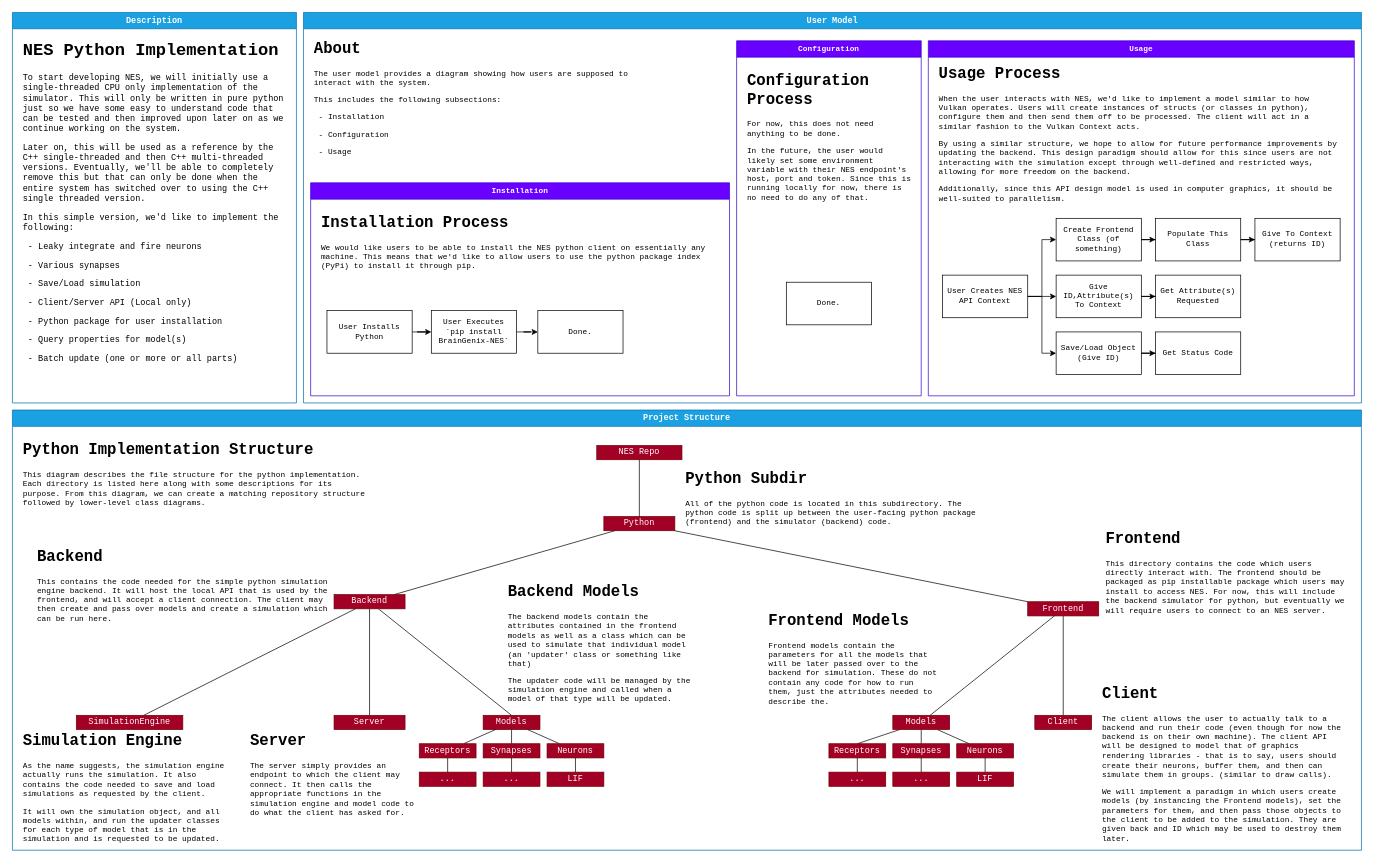
carboncopies/BrainGenix-NES keeps this draw.io diagram as page "Python Implementation" (1 of 5) of Docs/BlockDiagrams/BrainGenix-NES.drawio. Above is the earlier version. Source tidied: cells renumbered, new cells numbered last; positions are measured from the earlier drawing's top-left corner, leaving out a move shared by most shapes. Both pictures are drawn from the tidied source at 71%, with x=0, y=0 at pixel (12, 12).
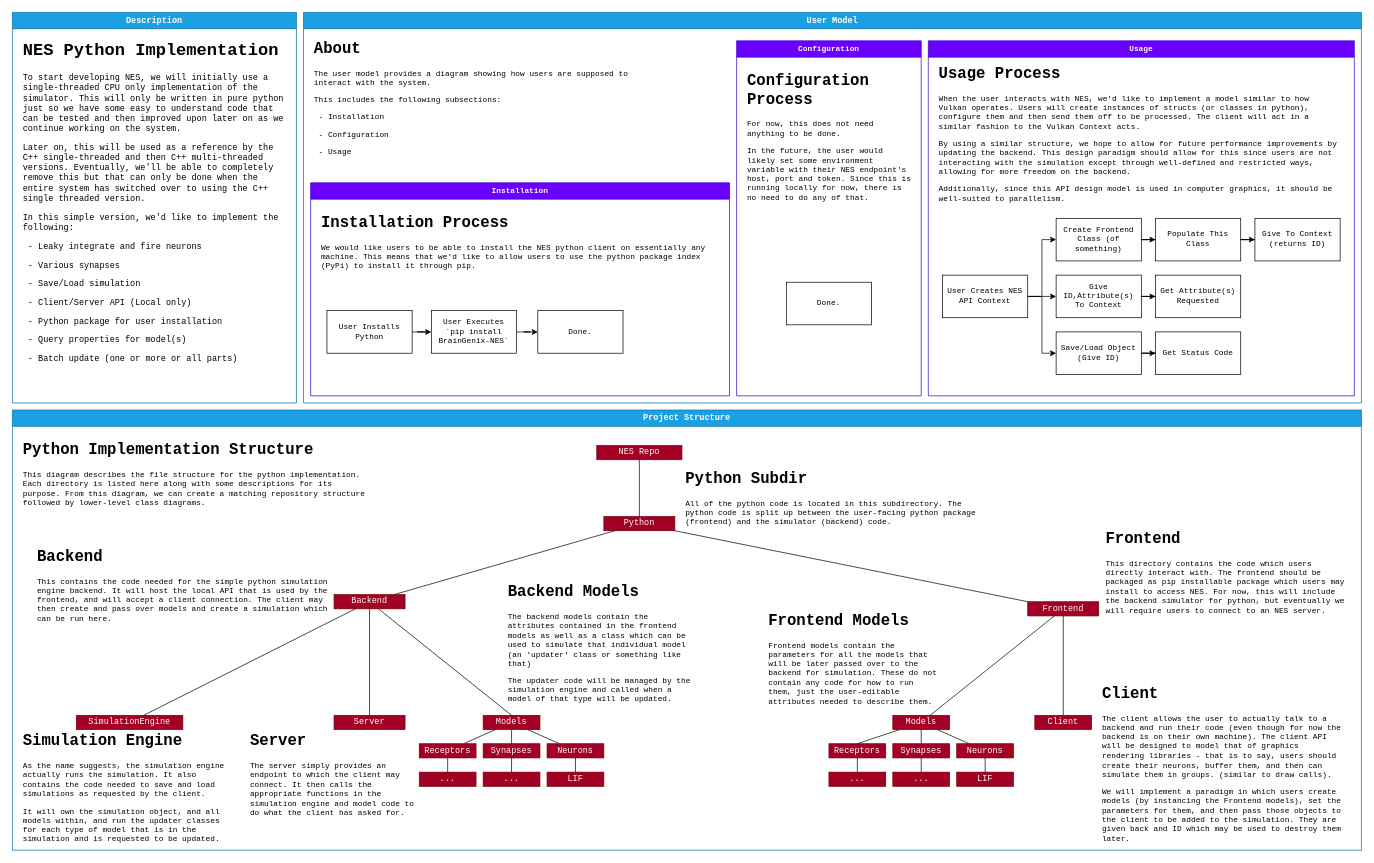
The same diagram, later.

Unchanged cells that the change refers to:
```xml
<mxCell id="4" value="Project Structure" style="swimlane;whiteSpace=wrap;html=1;rounded=0;strokeColor=#006EAF;fontFamily=Courier New;fontSize=12;fontColor=#ffffff;startSize=23;fillColor=#1ba1e2;" parent="1" vertex="1">
  <mxGeometry y="560" width="1900" height="620" as="geometry" />
</mxCell>
```

What changed in the source:
```diff
@@
-    <mxCell id="33" value="&lt;h1&gt;Frontend Models&lt;/h1&gt;&lt;p&gt;Frontend models contain the parameters for all the models that will be later passed over to the backend for simulation. These do not contain any code for how to run them, just the attributes needed to describe the.&lt;/p&gt;" style="text;html=1;strokeColor=none;fillColor=none;spacing=5;spacingTop=-20;whiteSpace=wrap;overflow=hidden;rounded=0;fontSize=11;fontFamily=Courier New;fontColor=default;" parent="4" vertex="1">
+    <mxCell id="33" value="&lt;h1&gt;Frontend Models&lt;/h1&gt;&lt;p&gt;Frontend models contain the parameters for all the models that will be later passed over to the backend for simulation. These do not contain any code for how to run them, just the user-editable attributes needed to describe them.&lt;/p&gt;" style="text;html=1;strokeColor=none;fillColor=none;spacing=5;spacingTop=-20;whiteSpace=wrap;overflow=hidden;rounded=0;fontSize=11;fontFamily=Courier New;fontColor=default;" parent="4" vertex="1">
       <mxGeometry x="1060" y="280" width="250" height="140" as="geometry" />
     </mxCell>
```
